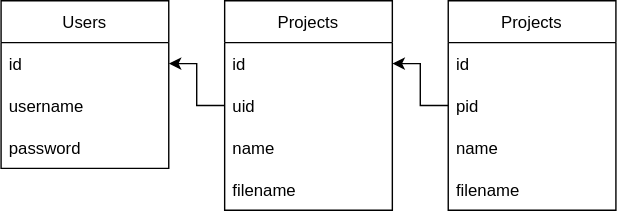
The draw.io diagram images/relational.svg in Texyfore/archytex-presentation, before a commit. Source tidied: cells renumbered, new cells last; positions are measured from the earlier drawing's top-left corner, leaving out a move shared by most shapes.
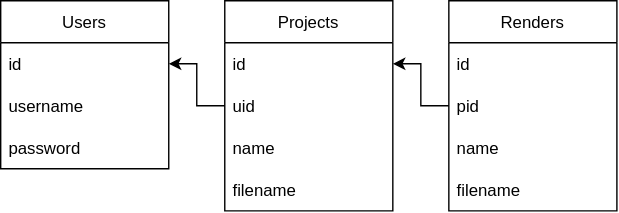
The same diagram one commit later.

Change to the diagram source:
```diff
@@ -32,7 +32,7 @@
     <mxCell id="11" style="edgeStyle=orthogonalEdgeStyle;rounded=0;jettySize=auto;html=1;exitX=0;exitY=0.5;exitDx=0;exitDy=0;entryX=1;entryY=0.5;entryDx=0;entryDy=0;" parent="1" edge="1" source="8" target="3">
       <mxGeometry relative="1" as="geometry" />
     </mxCell>
-    <mxCell id="12" value="Projects" style="swimlane;fontStyle=0;horizontal=1;startSize=30;" parent="1" vertex="1">
+    <mxCell id="12" value="Renders" style="swimlane;fontStyle=0;horizontal=1;startSize=30;" parent="1" vertex="1">
       <mxGeometry x="320" width="120" height="150" as="geometry" />
     </mxCell>
     <mxCell id="13" value="id" style="text;strokeColor=none;fillColor=none;align=left;verticalAlign=middle;spacingLeft=4;spacingRight=4;overflow=hidden;" parent="12" vertex="1">
```
